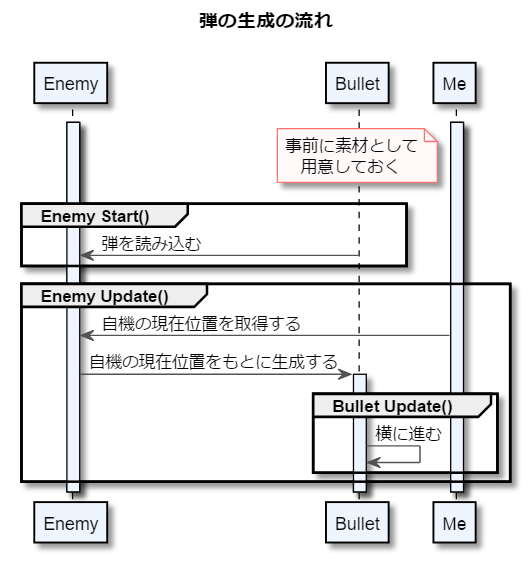
The PlantUML diagram Wiki/Images/4/OverView.png in x680x0/unity-tutorial-2dshooting, before a commit. Its source is kept beside it as Wiki/UML/4/OverView.puml. Source of this version:
```plantuml
@startuml

skinparam sequence {
	ArrowColor #535353
	LifeLineBorderColor Black
	LifeLineBackgroundColor #eff5ff

	ParticipantBorderColor Black
	ParticipantBackgroundColor #eff5ff

}
skinparam note{
    BorderColor #ff7070
    BackgroundColor #fff9f9
}

participant Enemy
participant Bullet
participant Me
activate Enemy
activate Me

title 弾の生成の流れ\n

note over of Bullet
	事前に素材として
    用意しておく
end note

group Enemy Start()
    Enemy <- Bullet : 弾を読み込む
end
group Enemy Update()
    Enemy <- Me : 自機の現在位置を取得する
    Enemy -> Bullet : 自機の現在位置をもとに生成する

    activate Bullet
    group Bullet Update()
        Bullet -> Bullet : 横に進む
    end
end

@enduml
```
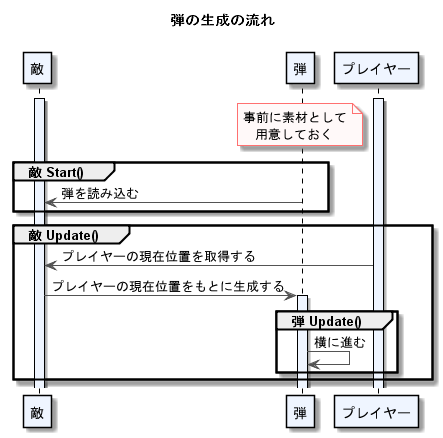
After the change.

Change to the diagram source:
```diff
@@ -14,29 +14,29 @@
     BackgroundColor #fff9f9
 }
 
-participant Enemy
-participant Bullet
-participant Me
-activate Enemy
-activate Me
+participant 敵
+participant 弾
+participant プレイヤー
+activate 敵
+activate プレイヤー
 
 title 弾の生成の流れ\n
 
-note over of Bullet
+note over of 弾
 	事前に素材として
     用意しておく
 end note
 
-group Enemy Start()
-    Enemy <- Bullet : 弾を読み込む
+group 敵 Start()
+    敵 <- 弾 : 弾を読み込む
 end
-group Enemy Update()
-    Enemy <- Me : 自機の現在位置を取得する
-    Enemy -> Bullet : 自機の現在位置をもとに生成する
+group 敵 Update()
+    敵 <- プレイヤー : プレイヤーの現在位置を取得する
+    敵 -> 弾 : プレイヤーの現在位置をもとに生成する
 
-    activate Bullet
-    group Bullet Update()
-        Bullet -> Bullet : 横に進む
+    activate 弾
+    group 弾 Update()
+        弾 -> 弾 : 横に進む
     end
 end
 
```
